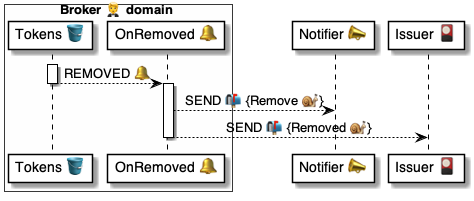
Above: 4 ⚙️ Solution/20 🧑‍🦰 UI/Brokers 🤵/🤵🪣 Broker tables/Tokens 🎫 table/🪣🧱 41 Removed 🔔 event/🤵 OnTokenRemoved ⚙️ uml.png in pollyweb-org/pollyweb-docs (PlantUML), before the change. Its source is kept beside it as 4 ⚙️ Solution/20 🧑‍🦰 UI/Brokers 🤵/🤵🪣 Broker tables/Tokens 🎫 table/🪣🧱 41 Removed 🔔 event/🤵 OnTokenRemoved ⚙️ uml.puml.
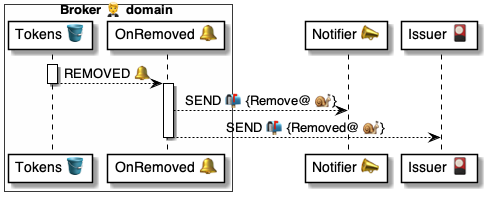
After the change.

The edit, as a diff of the source:
```diff
@@ -13,8 +13,8 @@
 deactivate tokens
 
 activate removed
-    removed --> notifier: SEND 📬 {Remove 🐌}
-    removed --> issuer: SEND 📬 {Removed 🐌}
+    removed --> notifier: SEND 📬 {Remove@ 🐌}
+    removed --> issuer: SEND 📬 {Removed@ 🐌}
 deactivate removed
 
 @enduml
```
